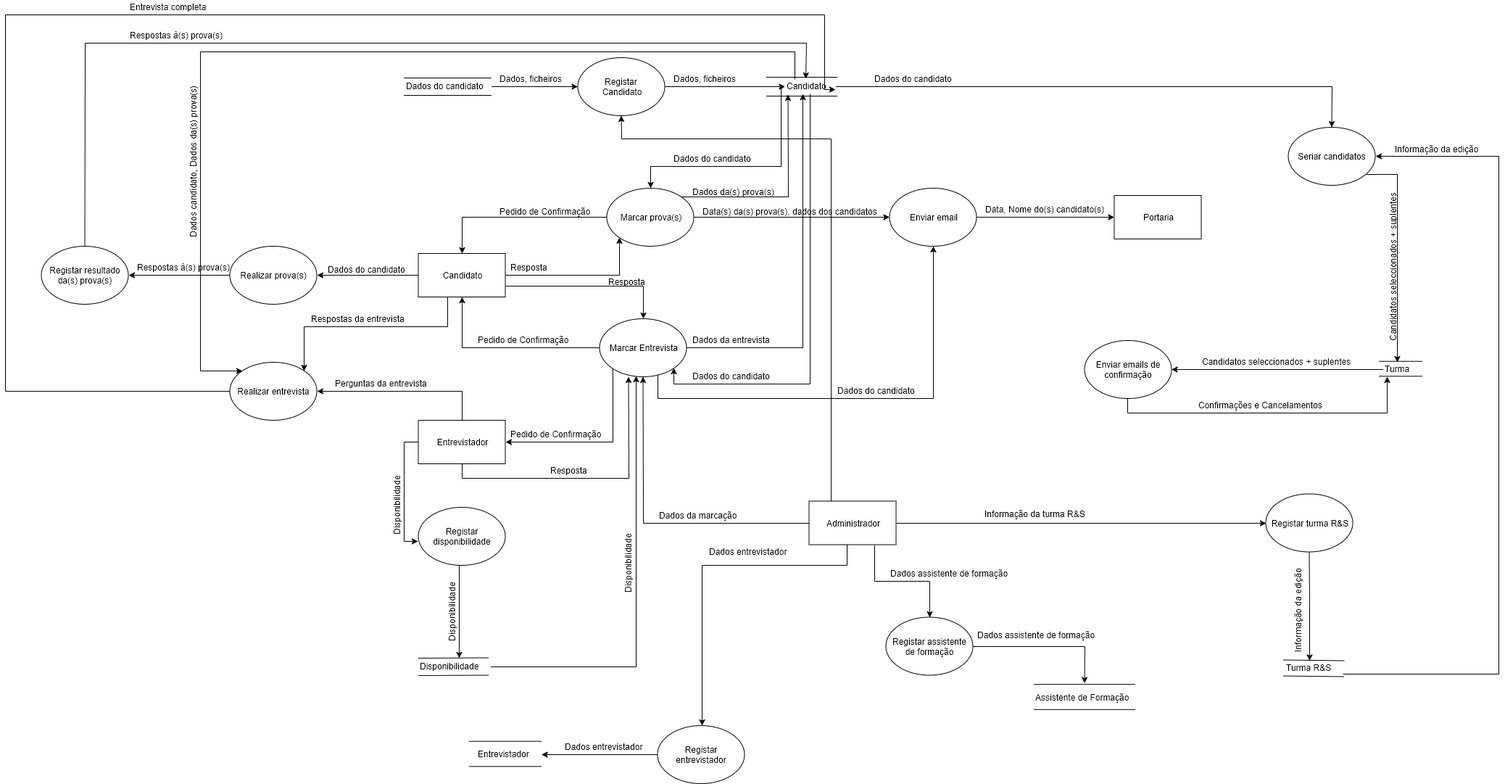
Above: Docs/Diagrama de Fluxo de Dados.png in blestonbandeira/grs (draw.io), before the change. Source tidied: cells renumbered, new cells last; positions are measured from the earlier drawing's top-left corner, leaving out a move shared by most shapes.
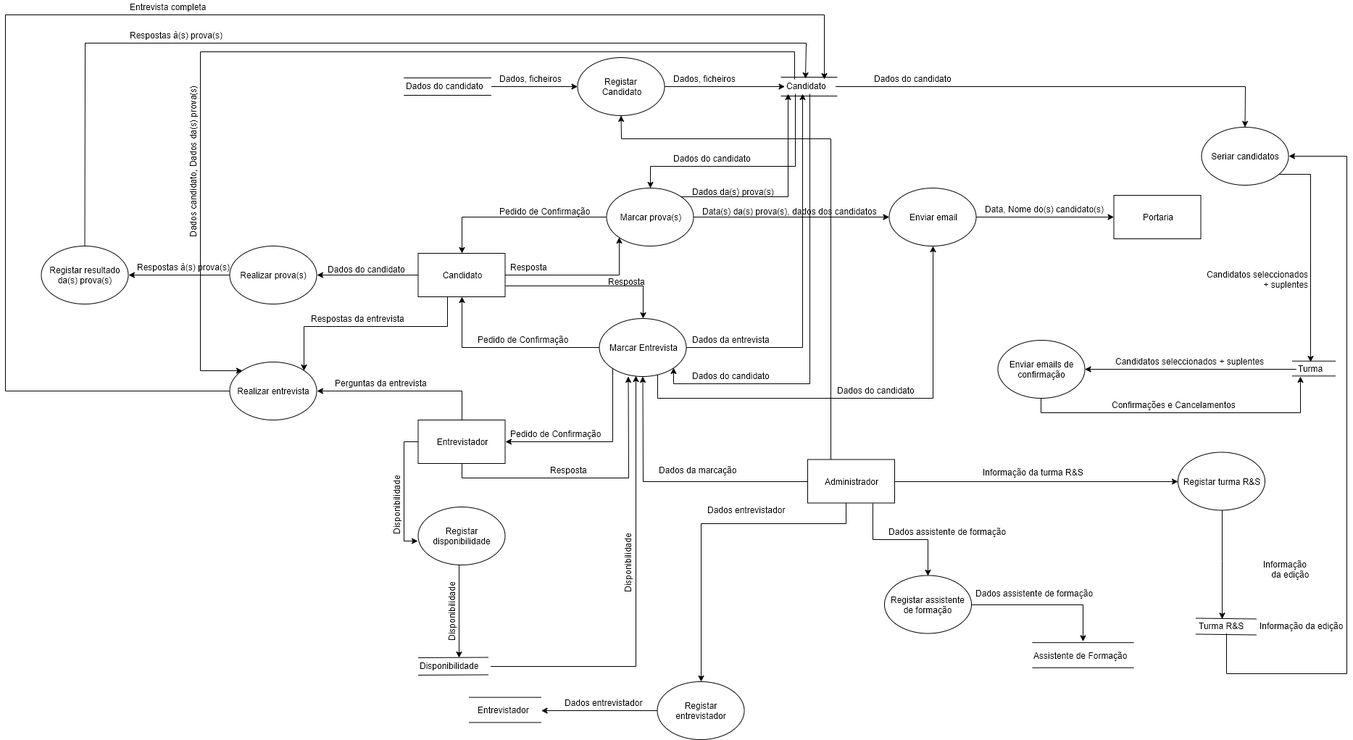
Above is the later version.

Commit message:
dicionario de dados, diagrada e-r, modelo de dados, relatório updated

Diff of the diagram source:
```diff
@@ -13,12 +13,11 @@
     <mxCell id="4" value="Registar &lt;br&gt;Candidato" style="ellipse;whiteSpace=wrap;html=1;" parent="1" vertex="1">
       <mxGeometry x="789.5" y="79" width="120" height="80" as="geometry" />
     </mxCell>
-    <mxCell id="5" style="edgeStyle=orthogonalEdgeStyle;rounded=0;jettySize=auto;html=1;entryX=0.5;entryY=0;entryDx=0;entryDy=0;exitX=-0.057;exitY=0.6;exitDx=0;exitDy=0;exitPerimeter=0;" parent="1" edge="1" source="9" target="17">
+    <mxCell id="5" style="edgeStyle=orthogonalEdgeStyle;rounded=0;jettySize=auto;html=1;entryX=0.5;entryY=0;entryDx=0;entryDy=0;" parent="1" edge="1" source="9" target="17">
       <mxGeometry relative="1" as="geometry">
         <Array as="points">
-          <mxPoint x="1069.5" y="121" />
-          <mxPoint x="1069.5" y="229" />
-          <mxPoint x="889.5" y="229" />
+          <mxPoint x="1090" y="229" />
+          <mxPoint x="890" y="229" />
         </Array>
       </mxGeometry>
     </mxCell>
@@ -47,7 +46,7 @@
     </mxCell>
     <mxCell id="10" style="shape=link;html=1;width=26;entryX=1.033;entryY=0.5;entryDx=0;entryDy=0;entryPerimeter=0;" parent="1" edge="1" target="9">
       <mxGeometry relative="1" as="geometry">
-        <mxPoint x="1049.5" y="119" as="sourcePoint" />
+        <mxPoint x="1070" y="119" as="sourcePoint" />
         <Array as="points">
           <mxPoint x="1089.5" y="119" />
         </Array>
@@ -56,7 +55,7 @@
     <mxCell id="11" style="endArrow=classic;html=1;entryX=0;entryY=0.5;entryDx=0;entryDy=0;" parent="1" edge="1" source="3" target="4">
       <mxGeometry relative="1" as="geometry" />
     </mxCell>
-    <mxCell id="12" style="endArrow=classic;html=1;exitX=1;exitY=0.5;exitDx=0;exitDy=0;entryX=0;entryY=0.5;entryDx=0;entryDy=0;entryPerimeter=0;" parent="1" edge="1" source="4" target="9">
+    <mxCell id="12" style="endArrow=classic;html=1;exitX=1;exitY=0.5;exitDx=0;exitDy=0;" parent="1" edge="1" source="4" target="9">
       <mxGeometry relative="1" as="geometry" />
     </mxCell>
     <mxCell id="13" value="Dados, ficheiros&lt;br&gt;" style="text;html=1;align=left;verticalAlign=top;spacingTop=-4;" parent="1" vertex="1">
@@ -68,9 +67,11 @@
     <mxCell id="15" style="edgeStyle=orthogonalEdgeStyle;rounded=0;jettySize=auto;html=1;exitX=0;exitY=0.5;exitDx=0;exitDy=0;entryX=0.5;entryY=0;entryDx=0;entryDy=0;" parent="1" edge="1" source="17" target="23">
       <mxGeometry relative="1" as="geometry" />
     </mxCell>
-    <mxCell id="16" style="edgeStyle=orthogonalEdgeStyle;rounded=0;jettySize=auto;html=1;exitX=1;exitY=0;exitDx=0;exitDy=0;" parent="1" edge="1" source="17">
+    <mxCell id="16" style="edgeStyle=orthogonalEdgeStyle;rounded=0;jettySize=auto;html=1;exitX=1;exitY=0;exitDx=0;exitDy=0;" parent="1" edge="1" source="17" target="9">
       <mxGeometry relative="1" as="geometry">
-        <mxPoint x="1079.5" y="130" as="targetPoint" />
+        <Array as="points">
+          <mxPoint x="1080" y="271" />
+        </Array>
       </mxGeometry>
     </mxCell>
     <mxCell id="17" value="Marcar prova(s)" style="ellipse;whiteSpace=wrap;html=1;" parent="1" vertex="1">
@@ -249,12 +250,12 @@
     <mxCell id="63" value="Respostas à(s) prova(s)&lt;br&gt;" style="text;html=1;align=left;verticalAlign=top;spacingTop=-4;rotation=0;" parent="1" vertex="1">
       <mxGeometry x="169.5" y="39" width="140" height="20" as="geometry" />
     </mxCell>
-    <mxCell id="64" style="edgeStyle=orthogonalEdgeStyle;rounded=0;jettySize=auto;html=1;exitX=0;exitY=0.5;exitDx=0;exitDy=0;entryX=0.986;entryY=0.7;entryDx=0;entryDy=0;entryPerimeter=0;" parent="1" edge="1" source="65" target="9">
+    <mxCell id="64" style="edgeStyle=orthogonalEdgeStyle;rounded=0;jettySize=auto;html=1;exitX=0;exitY=0.5;exitDx=0;exitDy=0;" parent="1" edge="1" source="65" target="9">
       <mxGeometry relative="1" as="geometry">
         <Array as="points">
-          <mxPoint x="-0.5" y="539" />
-          <mxPoint x="-0.5" y="20" />
-          <mxPoint x="1129.5" y="20" />
+          <mxPoint y="539" />
+          <mxPoint y="20" />
+          <mxPoint x="1130" y="20" />
         </Array>
       </mxGeometry>
     </mxCell>
@@ -279,11 +280,11 @@
     <mxCell id="71" style="edgeStyle=orthogonalEdgeStyle;rounded=0;jettySize=auto;html=1;exitX=1;exitY=0.5;exitDx=0;exitDy=0;entryX=0;entryY=0.5;entryDx=0;entryDy=0;" parent="1" edge="1" source="75" target="81">
       <mxGeometry relative="1" as="geometry" />
     </mxCell>
-    <mxCell id="72" style="edgeStyle=orthogonalEdgeStyle;rounded=0;jettySize=auto;html=1;" parent="1" edge="1" source="75" target="91">
+    <mxCell id="72" style="edgeStyle=orthogonalEdgeStyle;rounded=0;jettySize=auto;html=1;entryX=0.5;entryY=0;entryDx=0;entryDy=0;" parent="1" edge="1" source="75" target="91">
       <mxGeometry relative="1" as="geometry">
         <Array as="points">
-          <mxPoint x="1161" y="779" />
-          <mxPoint x="961" y="779" />
+          <mxPoint x="1160" y="722" />
+          <mxPoint x="960" y="722" />
         </Array>
       </mxGeometry>
     </mxCell>
@@ -299,20 +300,20 @@
       </mxGeometry>
     </mxCell>
     <mxCell id="75" value="Administrador" style="rounded=0;whiteSpace=wrap;html=1;" parent="1" vertex="1">
-      <mxGeometry x="1108.5" y="690.5" width="120" height="60" as="geometry" />
+      <mxGeometry x="1107" y="633.5" width="120" height="60" as="geometry" />
     </mxCell>
     <mxCell id="76" value="Dados da marcação" style="text;html=1;align=left;verticalAlign=top;spacingTop=-4;rotation=0;" parent="1" vertex="1">
-      <mxGeometry x="899.5" y="700.5" width="120" height="20" as="geometry" />
+      <mxGeometry x="899.5" y="639" width="120" height="20" as="geometry" />
     </mxCell>
     <mxCell id="77" style="edgeStyle=orthogonalEdgeStyle;rounded=0;jettySize=auto;html=1;entryX=0.384;entryY=0.02;entryDx=0;entryDy=0;entryPerimeter=0;" parent="1" edge="1" source="78" target="102">
       <mxGeometry relative="1" as="geometry">
         <Array as="points">
-          <mxPoint x="1919.5" y="240" />
+          <mxPoint x="1800.5" y="240" />
         </Array>
       </mxGeometry>
     </mxCell>
     <mxCell id="78" value="Seriar candidatos" style="ellipse;whiteSpace=wrap;html=1;" parent="1" vertex="1">
-      <mxGeometry x="1769.5" y="175" width="120" height="80" as="geometry" />
+      <mxGeometry x="1650.5" y="175" width="120" height="80" as="geometry" />
     </mxCell>
     <mxCell id="79" value="Dados do candidato" style="text;html=1;align=left;verticalAlign=top;spacingTop=-4;rotation=0;" parent="1" vertex="1">
       <mxGeometry x="1196.5" y="99" width="120" height="20" as="geometry" />
@@ -320,85 +321,85 @@
     <mxCell id="80" style="edgeStyle=orthogonalEdgeStyle;rounded=0;jettySize=auto;html=1;" parent="1" edge="1" source="81" target="85">
       <mxGeometry relative="1" as="geometry">
         <Array as="points">
-          <mxPoint x="1799" y="831" />
-          <mxPoint x="1799" y="831" />
+          <mxPoint x="1678.5" y="774" />
+          <mxPoint x="1678.5" y="774" />
         </Array>
       </mxGeometry>
     </mxCell>
     <mxCell id="81" value="Registar turma R&amp;amp;S" style="ellipse;whiteSpace=wrap;html=1;" parent="1" vertex="1">
-      <mxGeometry x="1738.5" y="680.5" width="120" height="80" as="geometry" />
+      <mxGeometry x="1618" y="623.5" width="120" height="80" as="geometry" />
     </mxCell>
     <mxCell id="82" value="Informação da turma R&amp;amp;S" style="text;html=1;align=left;verticalAlign=top;spacingTop=-4;" parent="1" vertex="1">
-      <mxGeometry x="1348.5" y="698.5" width="150" height="20" as="geometry" />
+      <mxGeometry x="1347" y="641.5" width="150" height="20" as="geometry" />
     </mxCell>
     <mxCell id="83" style="shape=link;html=1;width=22;entryX=1.02;entryY=0.55;entryDx=0;entryDy=0;entryPerimeter=0;" parent="1" edge="1" target="85">
       <mxGeometry relative="1" as="geometry">
-        <mxPoint x="1763" y="920.5" as="sourcePoint" />
+        <mxPoint x="1642.5" y="863.5" as="sourcePoint" />
       </mxGeometry>
     </mxCell>
     <mxCell id="84" style="edgeStyle=orthogonalEdgeStyle;rounded=0;jettySize=auto;html=1;entryX=1;entryY=0.5;entryDx=0;entryDy=0;" parent="1" edge="1" source="85" target="78">
       <mxGeometry relative="1" as="geometry">
         <Array as="points">
-          <mxPoint x="2059.5" y="929" />
-          <mxPoint x="2059.5" y="215" />
+          <mxPoint x="1851" y="929" />
+          <mxPoint x="1851" y="215" />
         </Array>
       </mxGeometry>
     </mxCell>
     <mxCell id="85" value="Turma R&amp;amp;S" style="text;html=1;points=[];align=left;verticalAlign=top;spacingTop=-4;" parent="1" vertex="1">
-      <mxGeometry x="1765" y="910.5" width="80" height="20" as="geometry" />
+      <mxGeometry x="1644.5" y="853.5" width="80" height="20" as="geometry" />
     </mxCell>
-    <mxCell id="86" value="Informação da edição" style="text;html=1;align=left;verticalAlign=top;spacingTop=-4;rotation=270;" parent="1" vertex="1">
-      <mxGeometry x="1719" y="825.5" width="130" height="20" as="geometry" />
+    <mxCell id="86" value="Informação &lt;br&gt;da edição" style="text;html=1;align=right;verticalAlign=top;spacingTop=-4;rotation=0;" parent="1" vertex="1">
+      <mxGeometry x="1717.5" y="768.5" width="80" height="30" as="geometry" />
     </mxCell>
     <mxCell id="87" value="Informação da edição" style="text;html=1;align=left;verticalAlign=top;spacingTop=-4;rotation=0;" parent="1" vertex="1">
-      <mxGeometry x="1914.5" y="196" width="130" height="20" as="geometry" />
+      <mxGeometry x="1729" y="853.5" width="130" height="20" as="geometry" />
     </mxCell>
     <mxCell id="88" style="edgeStyle=orthogonalEdgeStyle;rounded=0;jettySize=auto;html=1;" parent="1" edge="1" source="89">
       <mxGeometry relative="1" as="geometry">
-        <mxPoint x="1488.5" y="941.5" as="targetPoint" />
+        <mxPoint x="1487" y="884.5" as="targetPoint" />
       </mxGeometry>
     </mxCell>
     <mxCell id="89" value="Registar assistente de formação" style="ellipse;whiteSpace=wrap;html=1;" parent="1" vertex="1">
-      <mxGeometry x="1214.5" y="850.5" width="120" height="80" as="geometry" />
+      <mxGeometry x="1213" y="793.5" width="120" height="80" as="geometry" />
     </mxCell>
     <mxCell id="90" style="edgeStyle=orthogonalEdgeStyle;rounded=0;jettySize=auto;html=1;exitX=0;exitY=0.5;exitDx=0;exitDy=0;" parent="1" edge="1" source="91" target="94">
       <mxGeometry relative="1" as="geometry" />
     </mxCell>
     <mxCell id="91" value="Registar entrevistador" style="ellipse;whiteSpace=wrap;html=1;" parent="1" vertex="1">
-      <mxGeometry x="899.5" y="1000" width="120" height="80" as="geometry" />
+      <mxGeometry x="899.5" y="940" width="120" height="80" as="geometry" />
     </mxCell>
     <mxCell id="92" value="Dados entrevistador" style="text;html=1;align=left;verticalAlign=top;spacingTop=-4;" parent="1" vertex="1">
-      <mxGeometry x="968.5" y="750.5" width="120" height="20" as="geometry" />
+      <mxGeometry x="967" y="693.5" width="120" height="20" as="geometry" />
     </mxCell>
     <mxCell id="93" style="shape=link;html=1;width=34.70588235294118;" parent="1" edge="1">
       <mxGeometry relative="1" as="geometry">
-        <mxPoint x="639.5" y="1039" as="sourcePoint" />
-        <mxPoint x="739.5" y="1039" as="targetPoint" />
+        <mxPoint x="639.5" y="979" as="sourcePoint" />
+        <mxPoint x="739.5" y="979" as="targetPoint" />
       </mxGeometry>
     </mxCell>
     <mxCell id="94" value="Entrevistador" style="text;html=1;points=[];align=left;verticalAlign=top;spacingTop=-4;" parent="1" vertex="1">
-      <mxGeometry x="649.5" y="1030" width="90" height="20" as="geometry" />
+      <mxGeometry x="649.5" y="970" width="90" height="20" as="geometry" />
     </mxCell>
     <mxCell id="95" value="Dados entrevistador" style="text;html=1;align=left;verticalAlign=top;spacingTop=-4;" parent="1" vertex="1">
-      <mxGeometry x="769.5" y="1020" width="120" height="20" as="geometry" />
+      <mxGeometry x="769.5" y="960" width="120" height="20" as="geometry" />
     </mxCell>
     <mxCell id="96" style="shape=link;html=1;width=34.70588235294118;" parent="1" edge="1">
       <mxGeometry relative="1" as="geometry">
-        <mxPoint x="1418.5" y="960.5" as="sourcePoint" />
-        <mxPoint x="1558.5" y="960.5" as="targetPoint" />
+        <mxPoint x="1417" y="903.5" as="sourcePoint" />
+        <mxPoint x="1557" y="903.5" as="targetPoint" />
       </mxGeometry>
     </mxCell>
     <mxCell id="97" value="Assistente de Formação" style="text;html=1;align=left;verticalAlign=top;spacingTop=-4;" parent="1" vertex="1">
-      <mxGeometry x="1418.5" y="951.5" width="140" height="20" as="geometry" />
+      <mxGeometry x="1417" y="894.5" width="140" height="20" as="geometry" />
     </mxCell>
     <mxCell id="98" value="Dados assistente de formação&lt;br&gt;" style="text;html=1;align=left;verticalAlign=top;spacingTop=-4;" parent="1" vertex="1">
-      <mxGeometry x="1218.5" y="780.5" width="180" height="20" as="geometry" />
+      <mxGeometry x="1217" y="723.5" width="180" height="20" as="geometry" />
     </mxCell>
     <mxCell id="99" value="Dados assistente de formação&lt;br&gt;" style="text;html=1;align=left;verticalAlign=top;spacingTop=-4;" parent="1" vertex="1">
-      <mxGeometry x="1338.5" y="866" width="180" height="20" as="geometry" />
+      <mxGeometry x="1337" y="809" width="180" height="20" as="geometry" />
     </mxCell>
     <mxCell id="100" style="group;" parent="1" vertex="1">
-      <mxGeometry x="1894.5" y="499" width="60" height="20" as="geometry" />
+      <mxGeometry x="1775.5" y="499" width="60" height="20" as="geometry" />
     </mxCell>
     <mxCell id="101" style="shape=link;html=1;width=20.58823529411765;" parent="100" edge="1">
       <mxGeometry relative="1" as="geometry">
@@ -409,28 +410,28 @@
     <mxCell id="102" value="Turma" style="text;html=1;points=[];align=left;verticalAlign=top;spacingTop=-4;" parent="100" vertex="1">
       <mxGeometry x="6" width="50" height="20" as="geometry" />
     </mxCell>
-    <mxCell id="103" value="Candidatos seleccionados + suplentes" style="text;html=1;align=left;verticalAlign=top;spacingTop=-4;rotation=270;" parent="1" vertex="1">
-      <mxGeometry x="1804.5" y="352" width="220" height="20" as="geometry" />
+    <mxCell id="103" value="Candidatos seleccionados&lt;br&gt;&amp;nbsp;+ suplentes" style="text;html=1;align=right;verticalAlign=top;spacingTop=-4;rotation=0;" parent="1" vertex="1">
+      <mxGeometry x="1639.5" y="369" width="160" height="30" as="geometry" />
     </mxCell>
     <mxCell id="104" style="edgeStyle=orthogonalEdgeStyle;rounded=0;jettySize=auto;html=1;exitX=0.5;exitY=1;exitDx=0;exitDy=0;" parent="1" edge="1" source="105" target="102">
       <mxGeometry relative="1" as="geometry">
         <Array as="points">
-          <mxPoint x="1547.5" y="569" />
-          <mxPoint x="1905.5" y="569" />
+          <mxPoint x="1428.5" y="569" />
+          <mxPoint x="1786.5" y="569" />
         </Array>
       </mxGeometry>
     </mxCell>
     <mxCell id="105" value="Enviar emails de confirmação" style="ellipse;whiteSpace=wrap;html=1;" parent="1" vertex="1">
-      <mxGeometry x="1488.5" y="469" width="120" height="80" as="geometry" />
+      <mxGeometry x="1369.5" y="469" width="120" height="80" as="geometry" />
     </mxCell>
     <mxCell id="106" style="edgeStyle=orthogonalEdgeStyle;rounded=0;jettySize=auto;html=1;" parent="1" edge="1" source="102" target="105">
       <mxGeometry relative="1" as="geometry" />
     </mxCell>
     <mxCell id="107" value="Confirmações e Cancelamentos" style="text;html=1;align=left;verticalAlign=top;spacingTop=-4;" parent="1" vertex="1">
-      <mxGeometry x="1643.5" y="549" width="190" height="20" as="geometry" />
+      <mxGeometry x="1524.5" y="549" width="190" height="20" as="geometry" />
     </mxCell>
     <mxCell id="108" value="Candidatos seleccionados + suplentes" style="text;html=1;align=left;verticalAlign=top;spacingTop=-4;rotation=0;" parent="1" vertex="1">
-      <mxGeometry x="1648.5" y="489" width="220" height="20" as="geometry" />
+      <mxGeometry x="1529.5" y="489" width="220" height="20" as="geometry" />
     </mxCell>
   </root>
 </mxGraphModel>
```
